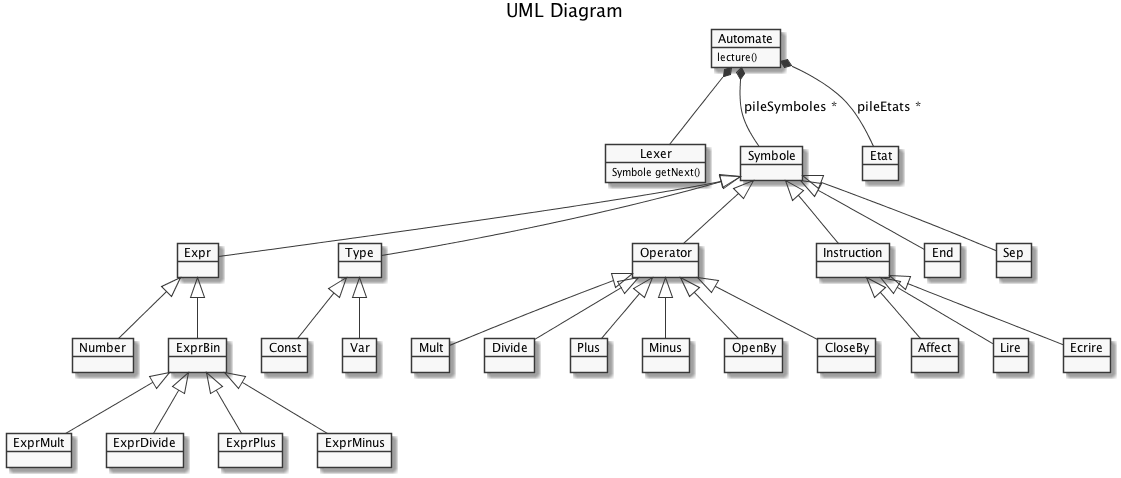
This is UML/diagram.png from HexanomeBeurreTwo/LutinLangInterperter, a PlantUML export, as it was before one commit. The source it was exported from:
```plantuml
@startuml
skinparam monochrome true

title UML Diagram

object Automate

Automate : lecture()

object Lexer
Lexer : Symbole getNext()

object Symbole
object Expr
object Number
object ExprBin
object ExprMult
object ExprDivide
object ExprPlus
object ExprMinus

object Type
object Const
object Var

object Operator
object Mult
object Divide
object Plus
object Minus
object OpenBy
object CloseBy

object Instruction
object Affect
object Lire
object Ecrire

object End
object Sep

object Etat

Automate *-- Lexer
Automate *-- Symbole : pileSymboles *
Automate *-- Etat : pileEtats *

Symbole <|-- Expr
Symbole <|-- Type
Symbole <|-- Operator
Symbole <|-- Instruction
Symbole <|-- Sep
Symbole <|-- End

Expr <|-- Number
Expr <|-- ExprBin

ExprBin <|-- ExprMult
ExprBin <|-- ExprDivide
ExprBin <|-- ExprPlus
ExprBin <|-- ExprMinus

Type <|-- Const
Type <|-- Var

Operator <|-- Mult
Operator <|-- Divide
Operator <|-- Plus
Operator <|-- Minus
Operator <|-- OpenBy
Operator <|-- CloseBy

Instruction <|-- Affect
Instruction <|-- Lire
Instruction <|-- Ecrire

@enduml
```
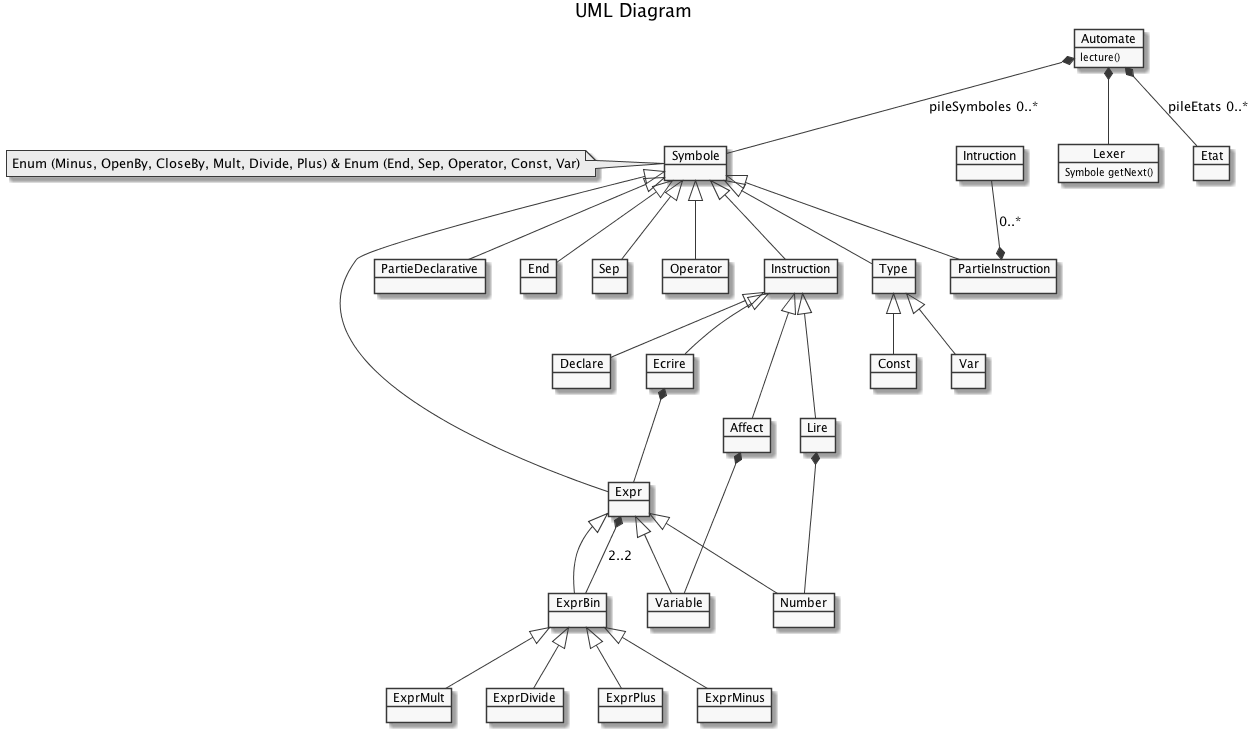
Above is the later version.

Diff of the diagram source:
```diff
@@ -11,8 +11,10 @@
 Lexer : Symbole getNext()
 
 object Symbole
+note left: Enum (Minus, OpenBy, CloseBy, Mult, Divide, Plus) & Enum (End, Sep, Operator, Const, Var)
 object Expr
 object Number
+object Variable
 object ExprBin
 object ExprMult
 object ExprDivide
@@ -23,15 +25,10 @@
 object Const
 object Var
 
-object Operator
-object Mult
-object Divide
-object Plus
-object Minus
-object OpenBy
-object CloseBy
-
 object Instruction
+object PartieInstruction
+object PartieDeclarative
+object Declare
 object Affect
 object Lire
 object Ecrire
@@ -42,19 +39,24 @@
 object Etat
 
 Automate *-- Lexer
-Automate *-- Symbole : pileSymboles *
-Automate *-- Etat : pileEtats *
+Automate *-- Symbole : pileSymboles 0..*
+Automate *-- Etat : pileEtats 0..*
 
 Symbole <|-- Expr
 Symbole <|-- Type
 Symbole <|-- Operator
 Symbole <|-- Instruction
+Symbole <|-- PartieInstruction
+Symbole <|-- PartieDeclarative
 Symbole <|-- Sep
 Symbole <|-- End
 
+
 Expr <|-- Number
+Expr <|-- Variable
 Expr <|-- ExprBin
 
+ExprBin --* Expr: 2..2
 ExprBin <|-- ExprMult
 ExprBin <|-- ExprDivide
 ExprBin <|-- ExprPlus
@@ -63,15 +65,15 @@
 Type <|-- Const
 Type <|-- Var
 
-Operator <|-- Mult
-Operator <|-- Divide
-Operator <|-- Plus
-Operator <|-- Minus
-Operator <|-- OpenBy
-Operator <|-- CloseBy
-
+Intruction --* PartieInstruction : 0..*
 Instruction <|-- Affect
+Instruction <|-- Declare
 Instruction <|-- Lire
 Instruction <|-- Ecrire
 
+Lire *-- Number
+Ecrire *-- Expr
+
+Affect *-- Variable
+
 @enduml
```
